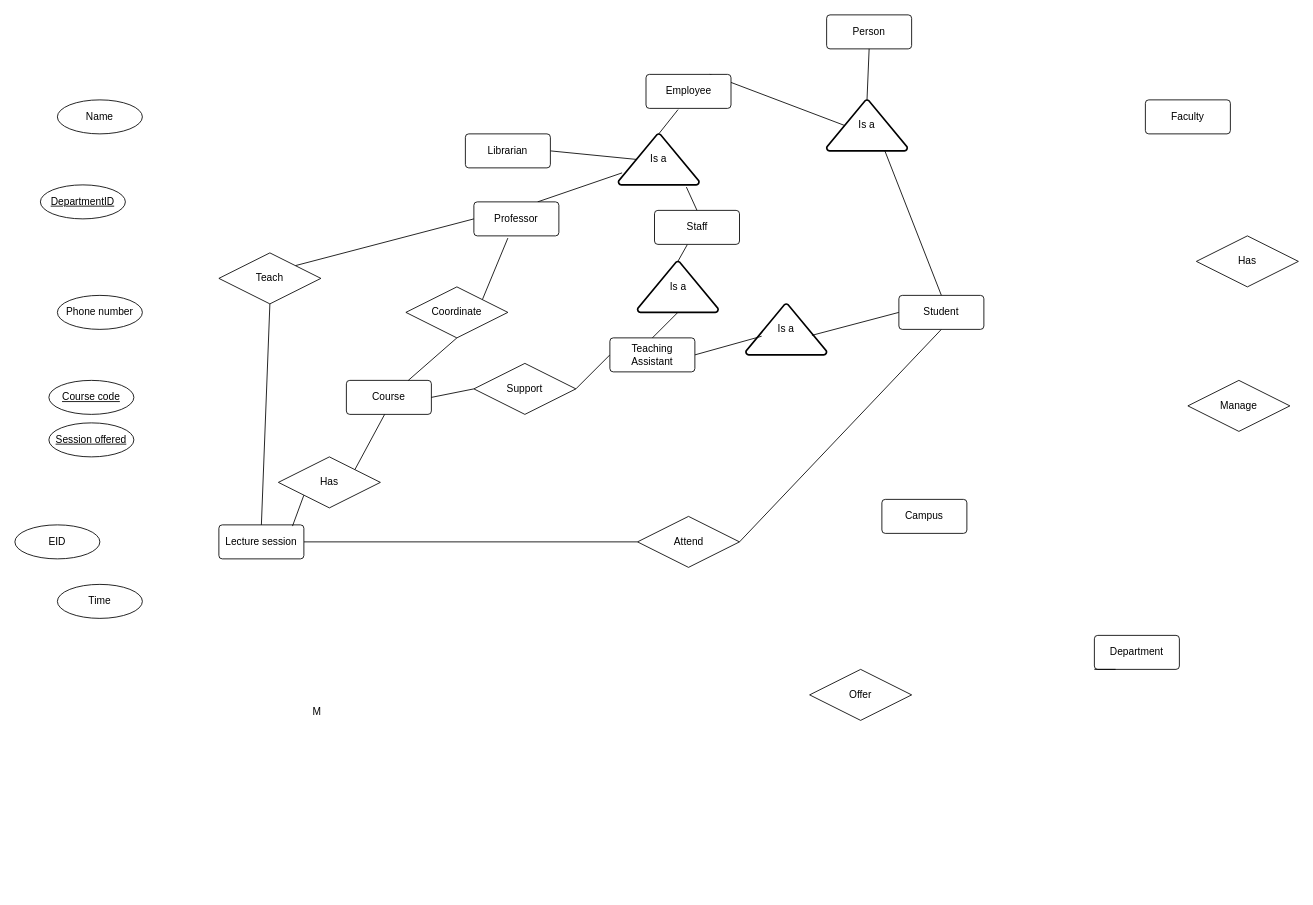
Above: Untitled Diagram.drawio in ListenBuddy/CSC343LAB2 (draw.io), before the change. Source tidied: cells renumbered, new cells numbered last; positions are measured from the earlier drawing's top-left corner, leaving out a move shared by most shapes. Both pictures are drawn from the tidied source at 85%, with x=0, y=0 at pixel (14, 14).
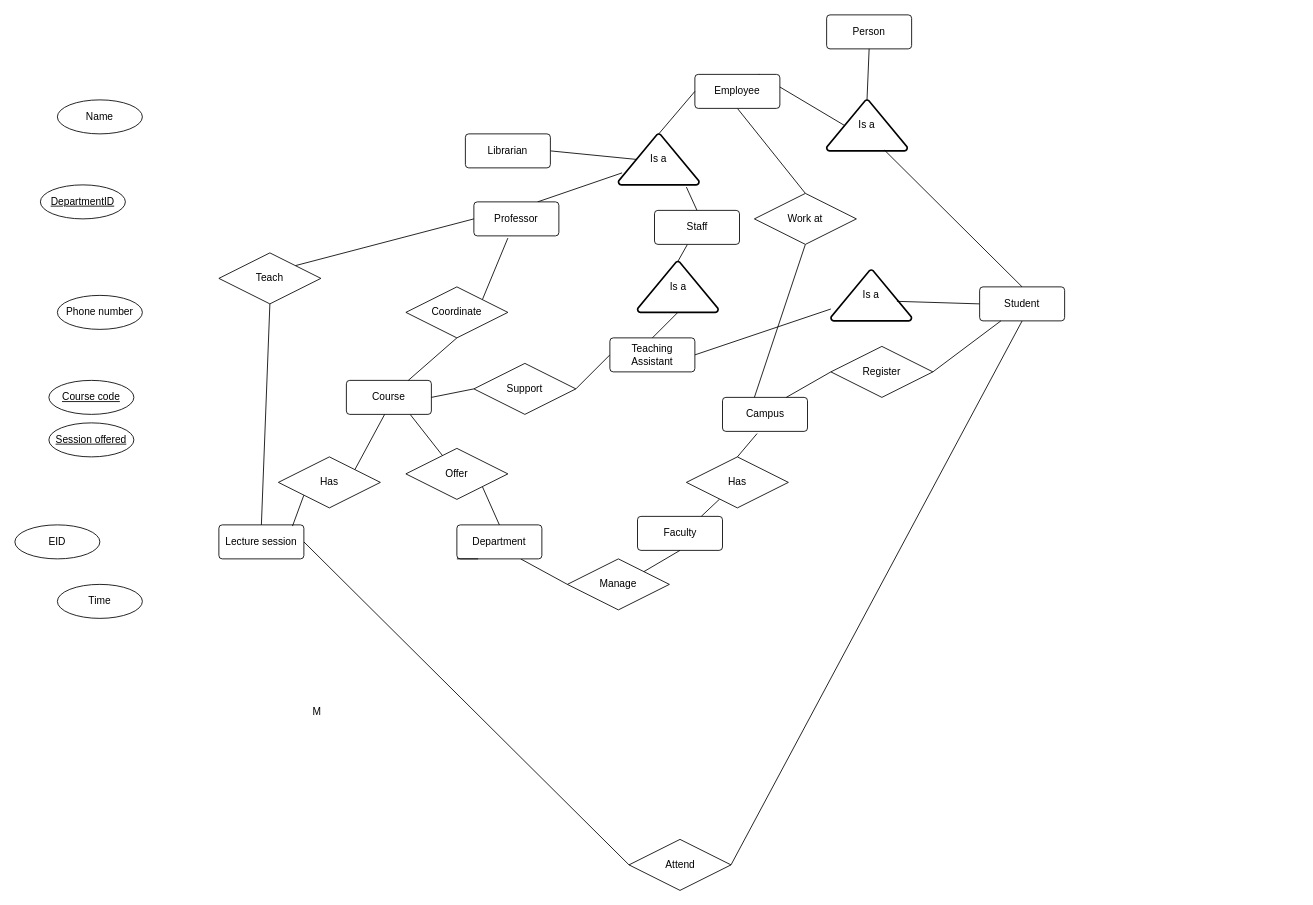
Above is the later version.

The change refers to these unchanged cells:
```xml
<mxCell id="11" value="Course" style="rounded=1;arcSize=10;whiteSpace=wrap;html=1;align=center;" parent="1" vertex="1">
  <mxGeometry x="390" y="430" width="100" height="40" as="geometry" />
</mxCell>
<mxCell id="47" value="Teaching Assistant" style="rounded=1;arcSize=10;whiteSpace=wrap;html=1;align=center;" parent="1" vertex="1">
  <mxGeometry x="700" y="380" width="100" height="40" as="geometry" />
</mxCell>
<mxCell id="50" value="Is a" style="strokeWidth=2;html=1;shape=mxgraph.flowchart.extract_or_measurement;whiteSpace=wrap;" parent="1" vertex="1">
  <mxGeometry x="710" y="140" width="95" height="60" as="geometry" />
</mxCell>
```

The edit, as a diff of the source:
```diff
@@
+    <mxCell id="63" style="edgeStyle=none;rounded=0;jettySize=auto;html=1;exitX=0.75;exitY=0;exitDx=0;exitDy=0;endArrow=none;endFill=0;" parent="1" edge="1" source="2" target="20">
+      <mxGeometry relative="1" as="geometry" />
+    </mxCell>
     <mxCell id="2" value="Faculty" style="rounded=1;arcSize=10;whiteSpace=wrap;html=1;align=center;" parent="1" vertex="1">
-      <mxGeometry x="1330" y="100" width="100" height="40" as="geometry" />
+      <mxGeometry x="732.5" y="590" width="100" height="40" as="geometry" />
     </mxCell>
+    <mxCell id="64" style="edgeStyle=none;rounded=0;jettySize=auto;html=1;exitX=1;exitY=0;exitDx=0;exitDy=0;entryX=0.5;entryY=1;entryDx=0;entryDy=0;endArrow=none;endFill=0;" parent="1" edge="1" source="3" target="2">
+      <mxGeometry relative="1" as="geometry" />
+    </mxCell>
     <mxCell id="3" value="Manage" style="shape=rhombus;perimeter=rhombusPerimeter;whiteSpace=wrap;html=1;align=center;" parent="1" vertex="1">
-      <mxGeometry x="1380" y="430" width="120" height="60" as="geometry" />
+      <mxGeometry x="650" y="640" width="120" height="60" as="geometry" />
     </mxCell>
+    <mxCell id="65" style="edgeStyle=none;rounded=0;jettySize=auto;html=1;exitX=0.75;exitY=1;exitDx=0;exitDy=0;entryX=0;entryY=0.5;entryDx=0;entryDy=0;endArrow=none;endFill=0;" parent="1" edge="1" source="4" target="3">
+      <mxGeometry relative="1" as="geometry" />
+    </mxCell>
     <mxCell id="4" value="Department" style="rounded=1;arcSize=10;whiteSpace=wrap;html=1;align=center;" parent="1" vertex="1">
-      <mxGeometry x="1270" y="730" width="100" height="40" as="geometry" />
+      <mxGeometry x="520" y="600" width="100" height="40" as="geometry" />
     </mxCell>
@@
+    <mxCell id="66" style="edgeStyle=none;rounded=0;jettySize=auto;html=1;exitX=1;exitY=1;exitDx=0;exitDy=0;entryX=0.5;entryY=0;entryDx=0;entryDy=0;endArrow=none;endFill=0;" parent="1" edge="1" source="10" target="4">
+      <mxGeometry relative="1" as="geometry" />
+    </mxCell>
     <mxCell id="10" value="Offer" style="shape=rhombus;perimeter=rhombusPerimeter;whiteSpace=wrap;html=1;align=center;" parent="1" vertex="1">
-      <mxGeometry x="935" y="770" width="120" height="60" as="geometry" />
+      <mxGeometry x="460" y="510" width="120" height="60" as="geometry" />
     </mxCell>
+    <mxCell id="67" style="edgeStyle=none;rounded=0;jettySize=auto;html=1;exitX=0.75;exitY=1;exitDx=0;exitDy=0;endArrow=none;endFill=0;" parent="1" edge="1" source="11" target="10">
+      <mxGeometry relative="1" as="geometry" />
+    </mxCell>
@@
+    <mxCell id="68" style="edgeStyle=none;rounded=0;jettySize=auto;html=1;exitX=0.5;exitY=0;exitDx=0;exitDy=0;entryX=0.407;entryY=1.064;entryDx=0;entryDy=0;entryPerimeter=0;endArrow=none;endFill=0;" parent="1" edge="1" source="20" target="53">
+      <mxGeometry relative="1" as="geometry" />
+    </mxCell>
     <mxCell id="20" value="Has" style="shape=rhombus;perimeter=rhombusPerimeter;whiteSpace=wrap;html=1;align=center;" parent="1" vertex="1">
-      <mxGeometry x="1390" y="260" width="120" height="60" as="geometry" />
+      <mxGeometry x="790" y="520" width="120" height="60" as="geometry" />
     </mxCell>
@@
     <mxCell id="30" value="Attend" style="shape=rhombus;perimeter=rhombusPerimeter;whiteSpace=wrap;html=1;align=center;" parent="1" vertex="1">
-      <mxGeometry x="732.5" y="590" width="120" height="60" as="geometry" />
+      <mxGeometry x="722.5" y="970" width="120" height="60" as="geometry" />
     </mxCell>
@@
+    <mxCell id="69" style="edgeStyle=none;rounded=0;jettySize=auto;html=1;exitX=0.5;exitY=1;exitDx=0;exitDy=0;entryX=0.5;entryY=0;entryDx=0;entryDy=0;endArrow=none;endFill=0;" parent="1" edge="1" source="36" target="74">
+      <mxGeometry relative="1" as="geometry" />
+    </mxCell>
     <mxCell id="36" value="Employee" style="rounded=1;arcSize=10;whiteSpace=wrap;html=1;align=center;" parent="1" vertex="1">
-      <mxGeometry x="742.5" y="70" width="100" height="40" as="geometry" />
+      <mxGeometry x="800" y="70" width="100" height="40" as="geometry" />
     </mxCell>
@@
     <mxCell id="42" value="Is a" style="strokeWidth=2;html=1;shape=mxgraph.flowchart.extract_or_measurement;whiteSpace=wrap;" parent="1" vertex="1">
-      <mxGeometry x="860" y="340" width="95" height="60" as="geometry" />
+      <mxGeometry x="960" y="300" width="95" height="60" as="geometry" />
     </mxCell>
@@
-    <mxCell id="46" style="edgeStyle=none;rounded=0;jettySize=auto;html=1;exitX=1;exitY=0.5;exitDx=0;exitDy=0;endArrow=none;endFill=0;entryX=0.195;entryY=0.635;entryDx=0;entryDy=0;entryPerimeter=0;" parent="1" edge="1" source="47" target="42">
+    <mxCell id="46" style="edgeStyle=none;rounded=0;jettySize=auto;html=1;exitX=1;exitY=0.5;exitDx=0;exitDy=0;endArrow=none;endFill=0;" parent="1" edge="1" source="47" target="42">
       <mxGeometry relative="1" as="geometry" />
     </mxCell>
@@
-    <mxCell id="49" style="edgeStyle=none;rounded=0;jettySize=auto;html=1;exitX=0.5;exitY=0;exitDx=0;exitDy=0;exitPerimeter=0;entryX=0.377;entryY=1.036;entryDx=0;entryDy=0;entryPerimeter=0;endArrow=none;endFill=0;" parent="1" edge="1" source="50" target="36">
+    <mxCell id="49" style="edgeStyle=none;rounded=0;jettySize=auto;html=1;exitX=0.5;exitY=0;exitDx=0;exitDy=0;exitPerimeter=0;endArrow=none;endFill=0;entryX=0;entryY=0.5;entryDx=0;entryDy=0;" parent="1" edge="1" source="50" target="36">
       <mxGeometry relative="1" as="geometry" />
     </mxCell>
@@
     <mxCell id="53" value="Campus" style="rounded=1;arcSize=10;whiteSpace=wrap;html=1;align=center;" parent="1" vertex="1">
-      <mxGeometry x="1020" y="570" width="100" height="40" as="geometry" />
+      <mxGeometry x="832.5" y="450" width="100" height="40" as="geometry" />
     </mxCell>
@@
     <mxCell id="59" value="Student" style="rounded=1;arcSize=10;whiteSpace=wrap;html=1;align=center;" parent="1" vertex="1">
-      <mxGeometry x="1040" y="330" width="100" height="40" as="geometry" />
+      <mxGeometry x="1135" y="320" width="100" height="40" as="geometry" />
     </mxCell>
@@
+    <mxCell id="70" style="edgeStyle=none;rounded=0;jettySize=auto;html=1;exitX=0;exitY=0.5;exitDx=0;exitDy=0;entryX=0.75;entryY=0;entryDx=0;entryDy=0;endArrow=none;endFill=0;" parent="1" edge="1" source="72" target="53">
+      <mxGeometry relative="1" as="geometry" />
+    </mxCell>
+    <mxCell id="71" style="edgeStyle=none;rounded=0;jettySize=auto;html=1;exitX=1;exitY=0.5;exitDx=0;exitDy=0;entryX=0.25;entryY=1;entryDx=0;entryDy=0;endArrow=none;endFill=0;" parent="1" edge="1" source="72" target="59">
+      <mxGeometry relative="1" as="geometry" />
+    </mxCell>
+    <mxCell id="72" value="Register" style="shape=rhombus;perimeter=rhombusPerimeter;whiteSpace=wrap;html=1;align=center;" parent="1" vertex="1">
+      <mxGeometry x="960" y="390" width="120" height="60" as="geometry" />
+    </mxCell>
+    <mxCell id="73" style="edgeStyle=none;rounded=0;jettySize=auto;html=1;exitX=0.5;exitY=1;exitDx=0;exitDy=0;entryX=0.375;entryY=0;entryDx=0;entryDy=0;entryPerimeter=0;endArrow=none;endFill=0;" parent="1" edge="1" source="74" target="53">
+      <mxGeometry relative="1" as="geometry" />
+    </mxCell>
+    <mxCell id="74" value="Work at" style="shape=rhombus;perimeter=rhombusPerimeter;whiteSpace=wrap;html=1;align=center;" parent="1" vertex="1">
+      <mxGeometry x="870" y="210" width="120" height="60" as="geometry" />
+    </mxCell>
```
